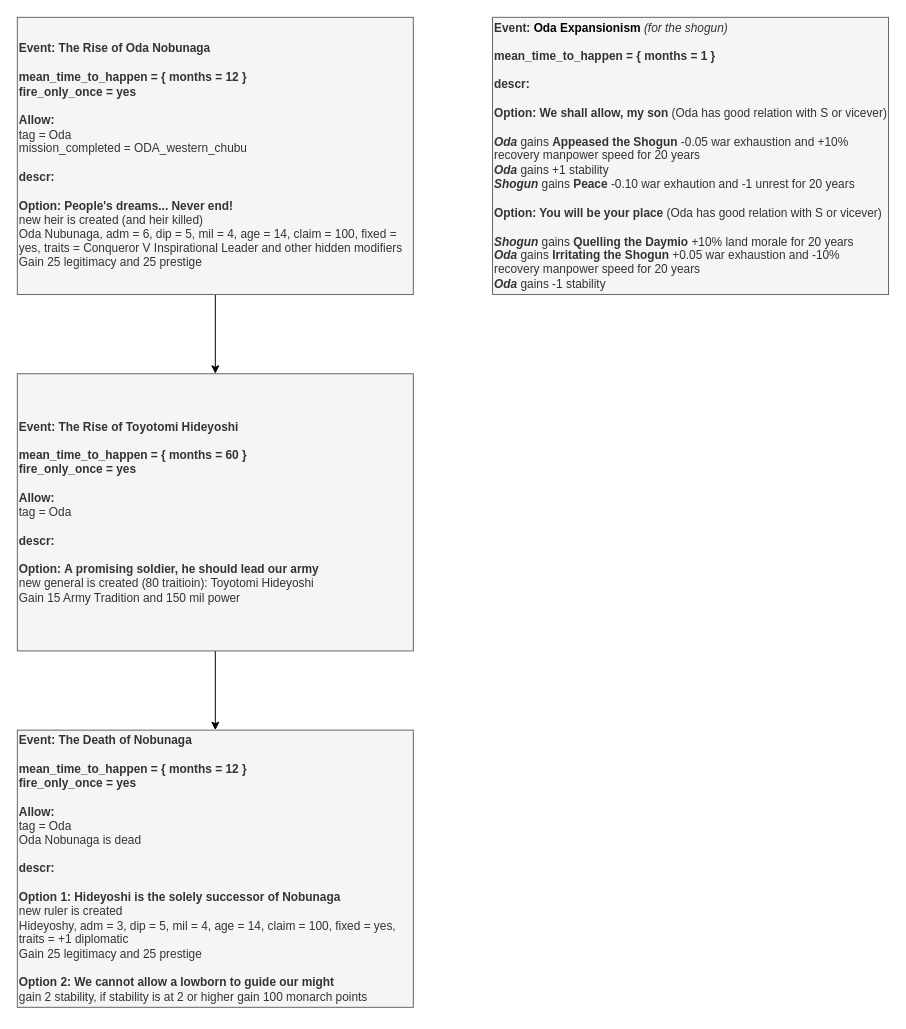
Before: page "Events" (2 of 2) of Oda/Oda 0.6.drawio in Melvasul/Missions-Expanded, a draw.io diagram. Source tidied: cells renumbered, new cells numbered last; positions are measured from the earlier drawing's top-left corner, leaving out a move shared by most shapes. Both pictures are drawn from the tidied source at 99%, with x=0, y=0 at pixel (17, 17).
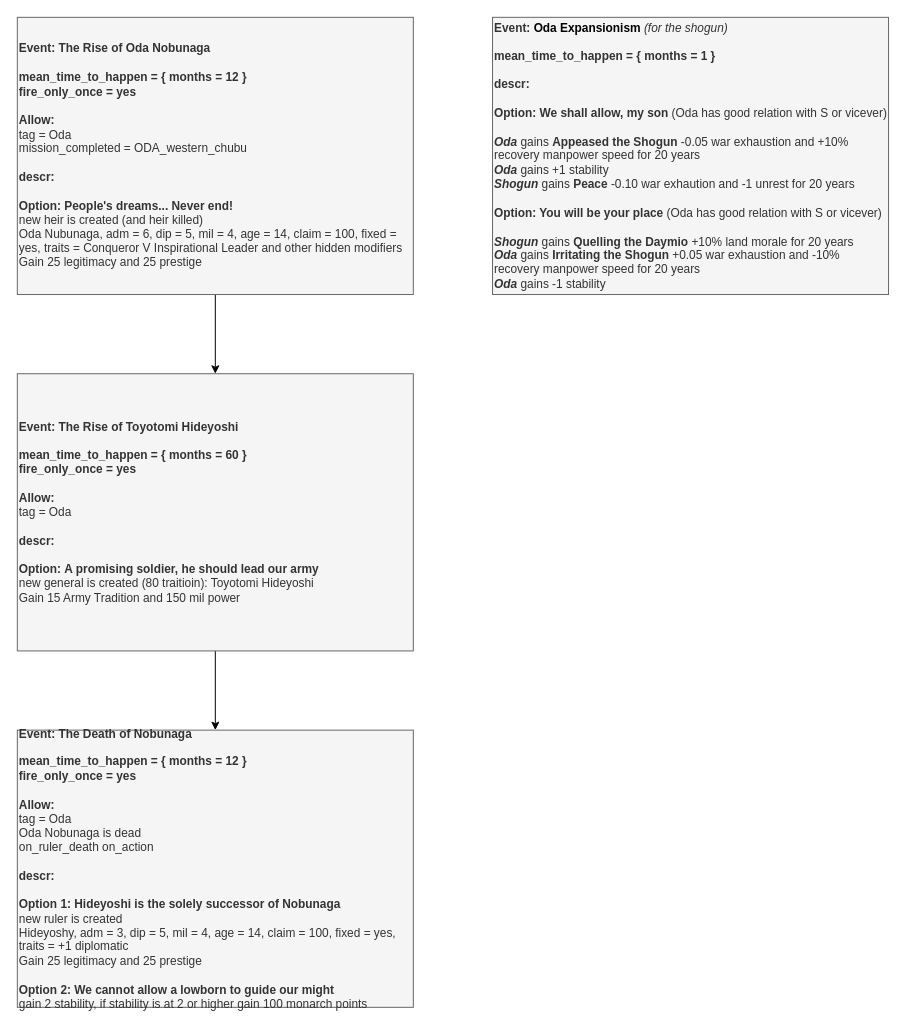
The same diagram, later.

What changed in the source:
```diff
@@
 <mxGraphModel>
   <root>
     <mxCell id="0" />
     <mxCell id="1" parent="0" />
     <mxCell id="2" style="edgeStyle=orthogonalEdgeStyle;rounded=1;jettySize=auto;html=1;" parent="1" edge="1" source="3" target="6">
       <mxGeometry relative="1" as="geometry" />
     </mxCell>
     <mxCell id="3" value="&lt;div&gt;&lt;b&gt;Event: The Rise of Oda Nobunaga&lt;/b&gt;&lt;/div&gt;&lt;div&gt;&lt;b&gt;&lt;br&gt;&lt;/b&gt;&lt;/div&gt;&lt;div&gt;&lt;b&gt;mean_time_to_happen = {&amp;nbsp;&lt;/b&gt;&lt;b&gt;months = 12&amp;nbsp;&lt;/b&gt;&lt;b&gt;&lt;span&gt;}&lt;/span&gt;&lt;/b&gt;&lt;/div&gt;&lt;div&gt;&lt;b&gt;fire_only_once = yes&lt;/b&gt;&lt;br&gt;&lt;/div&gt;&lt;div&gt;&lt;b&gt;&lt;br&gt;&lt;/b&gt;&lt;/div&gt;&lt;div&gt;&lt;b&gt;Allow:&lt;/b&gt;&lt;/div&gt;&lt;div&gt;tag = Oda&lt;/div&gt;&lt;div&gt;mission_completed = ODA_western_chubu&lt;/div&gt;&lt;div&gt;&lt;b&gt;&lt;br&gt;descr:&lt;/b&gt;&lt;/div&gt;&lt;div&gt;&lt;div align=&quot;left&quot;&gt;&lt;br&gt;&lt;/div&gt;&lt;div align=&quot;left&quot;&gt;&lt;b&gt;Option:&amp;nbsp;&lt;/b&gt;&lt;span&gt;&lt;b&gt;People's dreams... Never end!&lt;/b&gt;&lt;/span&gt;&lt;/div&gt;&lt;/div&gt;&lt;div align=&quot;left&quot;&gt;new heir is created (and heir killed)&lt;/div&gt;&lt;div align=&quot;left&quot;&gt;Oda Nubunaga, adm = 6, dip = 5, mil = 4, age = 14, claim = 100, fixed = yes, traits = Conqueror V Inspirational Leader and other hidden modifiers&lt;/div&gt;&lt;div align=&quot;left&quot;&gt;Gain 25 legitimacy and 25 prestige&lt;/div&gt;" style="rounded=0;whiteSpace=wrap;html=1;align=left;fillColor=#f5f5f5;strokeColor=#666666;fontColor=#333333;" parent="1" vertex="1">
       <mxGeometry width="400" height="280" as="geometry" />
     </mxCell>
     <mxCell id="4" value="&lt;div&gt;&lt;b&gt;Event:&amp;nbsp;&lt;/b&gt;&lt;span style=&quot;color: rgb(0 , 0 , 0) ; font-weight: 700&quot;&gt;Oda Expansionism&amp;nbsp;&lt;/span&gt;&lt;i&gt;(for the shogun)&lt;/i&gt;&lt;/div&gt;&lt;div&gt;&lt;b&gt;&lt;br&gt;&lt;/b&gt;&lt;/div&gt;&lt;div&gt;&lt;b&gt;mean_time_to_happen = {&amp;nbsp;&lt;/b&gt;&lt;b&gt;months = 1&amp;nbsp;&lt;/b&gt;&lt;b&gt;&lt;span&gt;}&lt;/span&gt;&lt;/b&gt;&lt;/div&gt;&lt;div&gt;&lt;br&gt;&lt;/div&gt;&lt;div&gt;&lt;b&gt;descr:&lt;/b&gt;&lt;/div&gt;&lt;div&gt;&lt;div align=&quot;left&quot;&gt;&lt;br&gt;&lt;/div&gt;&lt;div align=&quot;left&quot;&gt;&lt;b&gt;Option:&amp;nbsp;&lt;/b&gt;&lt;span&gt;&lt;b&gt;We shall allow,&amp;nbsp;my son&amp;nbsp;&lt;/b&gt;&lt;/span&gt;&lt;span&gt;(Oda has good relation with S or vicever)&lt;/span&gt;&lt;/div&gt;&lt;/div&gt;&lt;div align=&quot;left&quot;&gt;&lt;b&gt;&lt;i&gt;&lt;br&gt;&lt;/i&gt;&lt;/b&gt;&lt;/div&gt;&lt;div align=&quot;left&quot;&gt;&lt;b&gt;&lt;i&gt;Oda&lt;/i&gt;&lt;/b&gt;&lt;span&gt; gains &lt;/span&gt;&lt;b&gt;Appeased the Shogun&lt;/b&gt;&lt;span&gt;&amp;nbsp;-0.05 war exhaustion and +10% recovery manpower speed for 20 years&lt;/span&gt;&lt;br&gt;&lt;/div&gt;&lt;div align=&quot;left&quot;&gt;&lt;i style=&quot;font-weight: bold&quot;&gt;Oda&lt;/i&gt;&amp;nbsp;gains +1 stability&lt;/div&gt;&lt;div align=&quot;left&quot;&gt;&lt;b&gt;&lt;i&gt;Shogun&lt;/i&gt;&lt;/b&gt; gains &lt;b&gt;Peace &lt;/b&gt;-0.10 war exhaution and -1 unrest for 20 years&lt;/div&gt;&lt;div align=&quot;left&quot;&gt;&lt;br&gt;&lt;/div&gt;&lt;b&gt;Option: You will be your place &lt;/b&gt;(Oda has good relation with S or vicever)&lt;br&gt;&lt;br&gt;&lt;div align=&quot;left&quot;&gt;&lt;/div&gt;&lt;div align=&quot;left&quot;&gt;&lt;b&gt;&lt;i&gt;Shogun&lt;/i&gt;&lt;/b&gt;&lt;span&gt; gains &lt;/span&gt;&lt;b&gt;Quelling the Daymio&lt;/b&gt;&lt;span&gt;&amp;nbsp;+10% land morale for 20 years&lt;/span&gt;&lt;br&gt;&lt;/div&gt;&lt;div align=&quot;left&quot;&gt;&lt;b&gt;&lt;i&gt;Oda&lt;/i&gt;&lt;/b&gt; gains&amp;nbsp;&lt;b&gt;Irritating the Shogun&lt;/b&gt;&amp;nbsp;+0.05 war exhaustion and -10% recovery manpower speed for 20 years&lt;br&gt;&lt;/div&gt;&lt;div align=&quot;left&quot;&gt;&lt;b style=&quot;font-style: italic&quot;&gt;Oda&lt;/b&gt;&amp;nbsp;gains -1 stability&lt;/div&gt;" style="rounded=0;whiteSpace=wrap;html=1;align=left;fillColor=#f5f5f5;strokeColor=#666666;fontColor=#333333;" parent="1" vertex="1">
       <mxGeometry x="480" width="400" height="280" as="geometry" />
     </mxCell>
     <mxCell id="5" style="edgeStyle=orthogonalEdgeStyle;rounded=1;jettySize=auto;html=1;" parent="1" edge="1" source="6" target="7">
       <mxGeometry relative="1" as="geometry" />
     </mxCell>
     <mxCell id="6" value="&lt;div&gt;&lt;b&gt;Event: The Rise of Toyotomi Hideyoshi&lt;/b&gt;&lt;/div&gt;&lt;div&gt;&lt;b&gt;&lt;br&gt;&lt;/b&gt;&lt;/div&gt;&lt;div&gt;&lt;b&gt;mean_time_to_happen = {&amp;nbsp;&lt;/b&gt;&lt;b&gt;months = 60&amp;nbsp;&lt;/b&gt;&lt;b&gt;&lt;span&gt;}&lt;/span&gt;&lt;/b&gt;&lt;/div&gt;&lt;div&gt;&lt;b&gt;fire_only_once = yes&lt;/b&gt;&lt;br&gt;&lt;/div&gt;&lt;div&gt;&lt;b&gt;&lt;br&gt;&lt;/b&gt;&lt;/div&gt;&lt;div&gt;&lt;b&gt;Allow:&lt;/b&gt;&lt;/div&gt;&lt;div&gt;tag = Oda&lt;/div&gt;&lt;div&gt;&lt;b&gt;&lt;br&gt;descr:&lt;/b&gt;&lt;/div&gt;&lt;div&gt;&lt;div align=&quot;left&quot;&gt;&lt;br&gt;&lt;/div&gt;&lt;div align=&quot;left&quot;&gt;&lt;b&gt;Option:&amp;nbsp;&lt;/b&gt;&lt;span&gt;&lt;b&gt;A promising soldier, he should lead our army&lt;/b&gt;&lt;/span&gt;&lt;/div&gt;&lt;/div&gt;&lt;div align=&quot;left&quot;&gt;new general is created (80 traitioin): Toyotomi Hideyoshi&lt;/div&gt;&lt;div align=&quot;left&quot;&gt;Gain 15 Army Tradition and 150 mil power&lt;/div&gt;" style="rounded=0;whiteSpace=wrap;html=1;align=left;fillColor=#f5f5f5;strokeColor=#666666;fontColor=#333333;" parent="1" vertex="1">
       <mxGeometry y="360" width="400" height="280" as="geometry" />
     </mxCell>
-    <mxCell id="7" value="&lt;div&gt;&lt;b&gt;Event: The Death of Nobunaga&lt;/b&gt;&lt;/div&gt;&lt;div&gt;&lt;b&gt;&lt;br&gt;&lt;/b&gt;&lt;/div&gt;&lt;div&gt;&lt;b&gt;mean_time_to_happen = {&amp;nbsp;&lt;/b&gt;&lt;b&gt;months = 12&amp;nbsp;&lt;/b&gt;&lt;b&gt;&lt;span&gt;}&lt;/span&gt;&lt;/b&gt;&lt;/div&gt;&lt;div&gt;&lt;b&gt;fire_only_once = yes&lt;/b&gt;&lt;br&gt;&lt;/div&gt;&lt;div&gt;&lt;b&gt;&lt;br&gt;&lt;/b&gt;&lt;/div&gt;&lt;div&gt;&lt;b&gt;Allow:&lt;/b&gt;&lt;/div&gt;&lt;div&gt;tag = Oda&lt;/div&gt;&lt;div&gt;Oda Nobunaga is dead&lt;/div&gt;&lt;div&gt;&lt;b&gt;&lt;br&gt;descr:&lt;/b&gt;&lt;/div&gt;&lt;div&gt;&lt;div align=&quot;left&quot;&gt;&lt;br&gt;&lt;/div&gt;&lt;div align=&quot;left&quot;&gt;&lt;b&gt;Option 1:&amp;nbsp;&lt;/b&gt;&lt;span&gt;&lt;b&gt;Hideyoshi is the solely successor of Nobunaga&lt;/b&gt;&lt;/span&gt;&lt;/div&gt;&lt;/div&gt;&lt;div align=&quot;left&quot;&gt;new ruler is created&lt;/div&gt;&lt;div align=&quot;left&quot;&gt;Hideyoshy, adm = 3, dip = 5, mil = 4, age = 14, claim = 100, fixed = yes, traits = +1 diplomatic&lt;/div&gt;&lt;div align=&quot;left&quot;&gt;Gain 25 legitimacy and 25 prestige&lt;/div&gt;&lt;div align=&quot;left&quot;&gt;&lt;br&gt;&lt;/div&gt;&lt;div align=&quot;left&quot;&gt;&lt;b&gt;Option 2: We cannot allow a lowborn to guide our might&lt;/b&gt;&lt;/div&gt;&lt;div align=&quot;left&quot;&gt;gain 2 stability, if stability is at 2 or higher gain 100 monarch points&lt;/div&gt;" style="rounded=0;whiteSpace=wrap;html=1;align=left;fillColor=#f5f5f5;strokeColor=#666666;fontColor=#333333;" parent="1" vertex="1">
+    <mxCell id="7" value="&lt;div&gt;&lt;b&gt;Event: The Death of Nobunaga&lt;/b&gt;&lt;/div&gt;&lt;div&gt;&lt;b&gt;&lt;br&gt;&lt;/b&gt;&lt;/div&gt;&lt;div&gt;&lt;b&gt;mean_time_to_happen = {&amp;nbsp;&lt;/b&gt;&lt;b&gt;months = 12&amp;nbsp;&lt;/b&gt;&lt;b&gt;&lt;span&gt;}&lt;/span&gt;&lt;/b&gt;&lt;/div&gt;&lt;div&gt;&lt;b&gt;fire_only_once = yes&lt;/b&gt;&lt;br&gt;&lt;/div&gt;&lt;div&gt;&lt;b&gt;&lt;br&gt;&lt;/b&gt;&lt;/div&gt;&lt;div&gt;&lt;b&gt;Allow:&lt;/b&gt;&lt;/div&gt;&lt;div&gt;tag = Oda&lt;/div&gt;&lt;div&gt;Oda Nobunaga is dead&lt;/div&gt;&lt;div&gt;on_ruler_death on_action&amp;nbsp;&lt;br&gt;&lt;/div&gt;&lt;div&gt;&lt;b&gt;&lt;br&gt;descr:&lt;/b&gt;&lt;/div&gt;&lt;div&gt;&lt;div align=&quot;left&quot;&gt;&lt;br&gt;&lt;/div&gt;&lt;div align=&quot;left&quot;&gt;&lt;b&gt;Option 1:&amp;nbsp;&lt;/b&gt;&lt;span&gt;&lt;b&gt;Hideyoshi is the solely successor of Nobunaga&lt;/b&gt;&lt;/span&gt;&lt;/div&gt;&lt;/div&gt;&lt;div align=&quot;left&quot;&gt;new ruler is created&lt;/div&gt;&lt;div align=&quot;left&quot;&gt;Hideyoshy, adm = 3, dip = 5, mil = 4, age = 14, claim = 100, fixed = yes, traits = +1 diplomatic&lt;/div&gt;&lt;div align=&quot;left&quot;&gt;Gain 25 legitimacy and 25 prestige&lt;/div&gt;&lt;div align=&quot;left&quot;&gt;&lt;br&gt;&lt;/div&gt;&lt;div align=&quot;left&quot;&gt;&lt;b&gt;Option 2: We cannot allow a lowborn to guide our might&lt;/b&gt;&lt;/div&gt;&lt;div align=&quot;left&quot;&gt;gain 2 stability, if stability is at 2 or higher gain 100 monarch points&lt;/div&gt;" style="rounded=0;whiteSpace=wrap;html=1;align=left;fillColor=#f5f5f5;strokeColor=#666666;fontColor=#333333;" parent="1" vertex="1">
       <mxGeometry y="720" width="400" height="280" as="geometry" />
     </mxCell>
   </root>
 </mxGraphModel>
```
